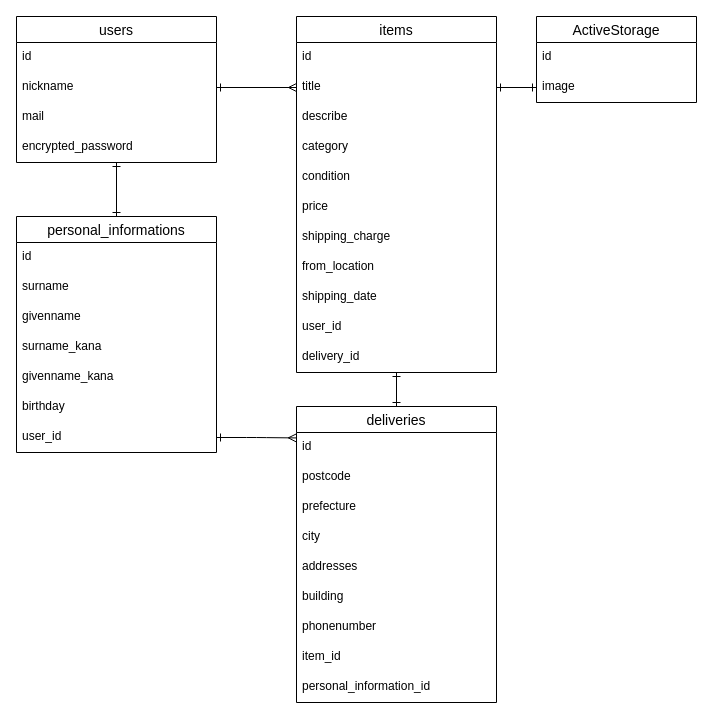
This is README.dio from sawara711/furima-39619, a draw.io file, before an edit. Source tidied: cells renumbered, new cells numbered last; positions are measured from the earlier drawing's top-left corner, leaving out a move shared by most shapes. Both pictures are drawn from the tidied source at 100%, with x=0, y=0 at pixel (16, 16).
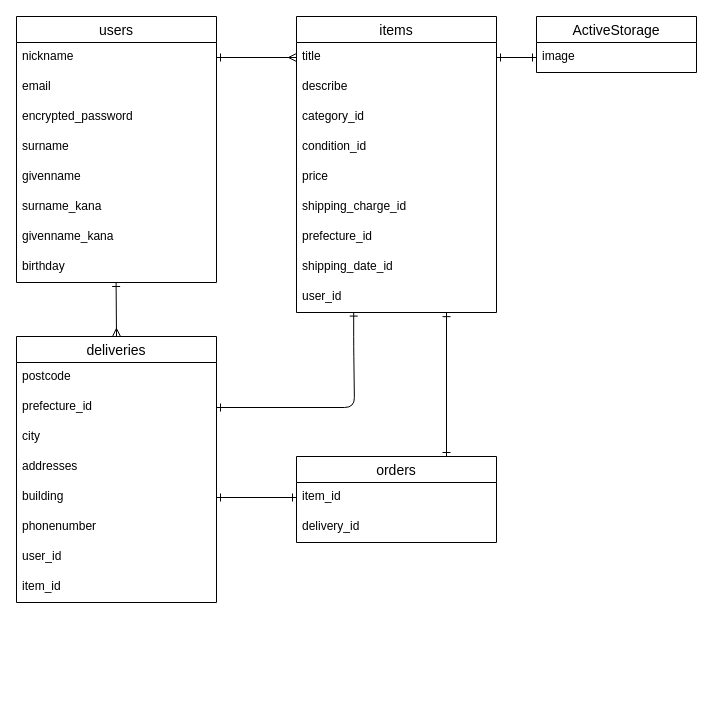
Above is the later version.

Commit message (it also covers changes not shown here):
テーブル情報及びER図修正①

The edit, as a diff of the source:
```diff
@@
     <mxCell id="2" value="items" style="swimlane;fontStyle=0;horizontal=1;startSize=26;align=center;fontSize=14;" parent="1" vertex="1">
-      <mxGeometry x="280" width="200" height="356" as="geometry" />
+      <mxGeometry x="280" width="200" height="296" as="geometry" />
     </mxCell>
-    <mxCell id="3" value="id" style="text;strokeColor=none;fillColor=none;spacingLeft=4;spacingRight=4;overflow=hidden;fontSize=12;" parent="2" vertex="1">
-      <mxGeometry y="26" width="200" height="30" as="geometry" />
-    </mxCell>
     <mxCell id="4" value="title" style="text;strokeColor=none;fillColor=none;spacingLeft=4;spacingRight=4;overflow=hidden;points=[[0,0.5],[1,0.5]];portConstraint=eastwest;fontSize=12;" parent="2" vertex="1">
-      <mxGeometry y="56" width="200" height="30" as="geometry" />
+      <mxGeometry y="26" width="200" height="30" as="geometry" />
     </mxCell>
     <mxCell id="5" value="describe" style="text;strokeColor=none;fillColor=none;spacingLeft=4;spacingRight=4;overflow=hidden;fontSize=12;" parent="2" vertex="1">
-      <mxGeometry y="86" width="200" height="30" as="geometry" />
+      <mxGeometry y="56" width="200" height="30" as="geometry" />
     </mxCell>
-    <mxCell id="6" value="category" style="text;strokeColor=none;fillColor=none;spacingLeft=4;spacingRight=4;overflow=hidden;fontSize=12;" parent="2" vertex="1">
-      <mxGeometry y="116" width="200" height="30" as="geometry" />
+    <mxCell id="6" value="category_id" style="text;strokeColor=none;fillColor=none;spacingLeft=4;spacingRight=4;overflow=hidden;fontSize=12;" parent="2" vertex="1">
+      <mxGeometry y="86" width="200" height="30" as="geometry" />
     </mxCell>
-    <mxCell id="7" value="condition" style="text;strokeColor=none;fillColor=none;spacingLeft=4;spacingRight=4;overflow=hidden;fontSize=12;" parent="2" vertex="1">
-      <mxGeometry y="146" width="200" height="30" as="geometry" />
+    <mxCell id="7" value="condition_id" style="text;strokeColor=none;fillColor=none;spacingLeft=4;spacingRight=4;overflow=hidden;fontSize=12;" parent="2" vertex="1">
+      <mxGeometry y="116" width="200" height="30" as="geometry" />
     </mxCell>
     <mxCell id="8" value="price" style="text;strokeColor=none;fillColor=none;spacingLeft=4;spacingRight=4;overflow=hidden;fontSize=12;" parent="2" vertex="1">
-      <mxGeometry y="176" width="200" height="30" as="geometry" />
+      <mxGeometry y="146" width="200" height="30" as="geometry" />
     </mxCell>
-    <mxCell id="9" value="shipping_charge" style="text;strokeColor=none;fillColor=none;spacingLeft=4;spacingRight=4;overflow=hidden;fontSize=12;" parent="2" vertex="1">
-      <mxGeometry y="206" width="200" height="30" as="geometry" />
+    <mxCell id="9" value="shipping_charge_id" style="text;strokeColor=none;fillColor=none;spacingLeft=4;spacingRight=4;overflow=hidden;fontSize=12;" parent="2" vertex="1">
+      <mxGeometry y="176" width="200" height="30" as="geometry" />
     </mxCell>
-    <mxCell id="10" value="from_location" style="text;strokeColor=none;fillColor=none;spacingLeft=4;spacingRight=4;overflow=hidden;fontSize=12;" parent="2" vertex="1">
-      <mxGeometry y="236" width="200" height="30" as="geometry" />
+    <mxCell id="10" value="prefecture_id" style="text;strokeColor=none;fillColor=none;spacingLeft=4;spacingRight=4;overflow=hidden;fontSize=12;" parent="2" vertex="1">
+      <mxGeometry y="206" width="200" height="30" as="geometry" />
     </mxCell>
-    <mxCell id="11" value="shipping_date" style="text;strokeColor=none;fillColor=none;spacingLeft=4;spacingRight=4;overflow=hidden;fontSize=12;" parent="2" vertex="1">
-      <mxGeometry y="266" width="200" height="30" as="geometry" />
+    <mxCell id="11" value="shipping_date_id" style="text;strokeColor=none;fillColor=none;spacingLeft=4;spacingRight=4;overflow=hidden;fontSize=12;" parent="2" vertex="1">
+      <mxGeometry y="236" width="200" height="30" as="geometry" />
     </mxCell>
     <mxCell id="12" value="user_id" style="text;strokeColor=none;fillColor=none;spacingLeft=4;spacingRight=4;overflow=hidden;points=[[0,0.5],[1,0.5]];portConstraint=eastwest;fontSize=12;" parent="2" vertex="1">
-      <mxGeometry y="296" width="200" height="30" as="geometry" />
+      <mxGeometry y="266" width="200" height="30" as="geometry" />
     </mxCell>
-    <mxCell id="13" value="delivery_id" style="text;strokeColor=none;fillColor=none;spacingLeft=4;spacingRight=4;overflow=hidden;points=[[0,0.5],[1,0.5]];portConstraint=eastwest;fontSize=12;" parent="2" vertex="1">
-      <mxGeometry y="326" width="200" height="30" as="geometry" />
-    </mxCell>
-    <mxCell id="14" value="personal_informations" style="swimlane;fontStyle=0;horizontal=1;startSize=26;align=center;fontSize=14;" parent="1" vertex="1">
-      <mxGeometry y="200" width="200" height="236" as="geometry" />
-    </mxCell>
-    <mxCell id="15" value="id" style="text;strokeColor=none;fillColor=none;spacingLeft=4;spacingRight=4;overflow=hidden;fontSize=12;" parent="14" vertex="1">
-      <mxGeometry y="26" width="200" height="30" as="geometry" />
-    </mxCell>
+    <mxCell id="22" style="edgeStyle=none;html=1;startArrow=ERone;startFill=0;endArrow=ERone;endFill=0;exitX=0.75;exitY=0;exitDx=0;exitDy=0;entryX=0.75;entryY=1.005;entryDx=0;entryDy=0;entryPerimeter=0;" parent="1" edge="1" source="46" target="12">
+      <mxGeometry relative="1" as="geometry" />
+    </mxCell>
+    <mxCell id="23" value="deliveries" style="swimlane;fontStyle=0;horizontal=1;startSize=26;align=center;fontSize=14;" parent="1" vertex="1">
+      <mxGeometry y="320" width="200" height="266" as="geometry" />
+    </mxCell>
+    <mxCell id="25" value="postcode" style="text;strokeColor=none;fillColor=none;spacingLeft=4;spacingRight=4;overflow=hidden;fontSize=12;" parent="23" vertex="1">
+      <mxGeometry y="26" width="200" height="30" as="geometry" />
+    </mxCell>
+    <mxCell id="45" value="prefecture_id" style="text;strokeColor=none;fillColor=none;spacingLeft=4;spacingRight=4;overflow=hidden;points=[[0,0.5],[1,0.5]];portConstraint=eastwest;fontSize=12;" parent="23" vertex="1">
+      <mxGeometry y="56" width="200" height="30" as="geometry" />
+    </mxCell>
+    <mxCell id="27" value="city" style="text;strokeColor=none;fillColor=none;spacingLeft=4;spacingRight=4;overflow=hidden;fontSize=12;" parent="23" vertex="1">
+      <mxGeometry y="86" width="200" height="30" as="geometry" />
+    </mxCell>
+    <mxCell id="28" value="addresses" style="text;strokeColor=none;fillColor=none;spacingLeft=4;spacingRight=4;overflow=hidden;fontSize=12;" parent="23" vertex="1">
+      <mxGeometry y="116" width="200" height="30" as="geometry" />
+    </mxCell>
+    <mxCell id="29" value="building" style="text;strokeColor=none;fillColor=none;spacingLeft=4;spacingRight=4;overflow=hidden;points=[[0,0.5],[1,0.5]];portConstraint=eastwest;fontSize=12;" parent="23" vertex="1">
+      <mxGeometry y="146" width="200" height="30" as="geometry" />
+    </mxCell>
+    <mxCell id="30" value="phonenumber" style="text;strokeColor=none;fillColor=none;spacingLeft=4;spacingRight=4;overflow=hidden;fontSize=12;" parent="23" vertex="1">
+      <mxGeometry y="176" width="200" height="30" as="geometry" />
+    </mxCell>
+    <mxCell id="32" value="user_id" style="text;strokeColor=none;fillColor=none;spacingLeft=4;spacingRight=4;overflow=hidden;fontSize=12;" parent="23" vertex="1">
+      <mxGeometry y="206" width="200" height="30" as="geometry" />
+    </mxCell>
+    <mxCell id="31" value="item_id" style="text;strokeColor=none;fillColor=none;spacingLeft=4;spacingRight=4;overflow=hidden;fontSize=12;" parent="23" vertex="1">
+      <mxGeometry y="236" width="200" height="30" as="geometry" />
+    </mxCell>
+    <mxCell id="34" value="users" style="swimlane;fontStyle=0;horizontal=1;startSize=26;align=center;fontSize=14;" parent="1" vertex="1">
+      <mxGeometry width="200" height="266" as="geometry" />
+    </mxCell>
+    <mxCell id="35" value="nickname" style="text;strokeColor=none;fillColor=none;spacingLeft=4;spacingRight=4;overflow=hidden;points=[[0,0.5],[1,0.5]];portConstraint=eastwest;fontSize=12;" parent="34" vertex="1">
+      <mxGeometry y="26" width="200" height="30" as="geometry" />
+    </mxCell>
+    <mxCell id="36" value="email" style="text;strokeColor=none;fillColor=none;spacingLeft=4;spacingRight=4;overflow=hidden;points=[[0,0.5],[1,0.5]];portConstraint=eastwest;fontSize=12;" parent="34" vertex="1">
+      <mxGeometry y="56" width="200" height="30" as="geometry" />
+    </mxCell>
+    <mxCell id="37" value="encrypted_password" style="text;strokeColor=none;fillColor=none;spacingLeft=4;spacingRight=4;overflow=hidden;fontSize=12;" parent="34" vertex="1">
+      <mxGeometry y="86" width="200" height="30" as="geometry" />
+    </mxCell>
-    <mxCell id="16" value="surname" style="text;strokeColor=none;fillColor=none;spacingLeft=4;spacingRight=4;overflow=hidden;fontSize=12;" parent="14" vertex="1">
-      <mxGeometry y="56" width="200" height="30" as="geometry" />
+    <mxCell id="16" value="surname" style="text;strokeColor=none;fillColor=none;spacingLeft=4;spacingRight=4;overflow=hidden;fontSize=12;" parent="34" vertex="1">
+      <mxGeometry y="116" width="200" height="30" as="geometry" />
     </mxCell>
-    <mxCell id="17" value="givenname" style="text;strokeColor=none;fillColor=none;spacingLeft=4;spacingRight=4;overflow=hidden;fontSize=12;" parent="14" vertex="1">
-      <mxGeometry y="86" width="200" height="30" as="geometry" />
+    <mxCell id="17" value="givenname" style="text;strokeColor=none;fillColor=none;spacingLeft=4;spacingRight=4;overflow=hidden;fontSize=12;" parent="34" vertex="1">
+      <mxGeometry y="146" width="200" height="30" as="geometry" />
     </mxCell>
-    <mxCell id="18" value="surname_kana" style="text;strokeColor=none;fillColor=none;spacingLeft=4;spacingRight=4;overflow=hidden;fontSize=12;" parent="14" vertex="1">
-      <mxGeometry y="116" width="200" height="30" as="geometry" />
+    <mxCell id="18" value="surname_kana" style="text;strokeColor=none;fillColor=none;spacingLeft=4;spacingRight=4;overflow=hidden;fontSize=12;" parent="34" vertex="1">
+      <mxGeometry y="176" width="200" height="30" as="geometry" />
     </mxCell>
-    <mxCell id="19" value="givenname_kana" style="text;strokeColor=none;fillColor=none;spacingLeft=4;spacingRight=4;overflow=hidden;fontSize=12;" parent="14" vertex="1">
-      <mxGeometry y="146" width="200" height="30" as="geometry" />
+    <mxCell id="19" value="givenname_kana" style="text;strokeColor=none;fillColor=none;spacingLeft=4;spacingRight=4;overflow=hidden;fontSize=12;" parent="34" vertex="1">
+      <mxGeometry y="206" width="200" height="30" as="geometry" />
     </mxCell>
-    <mxCell id="20" value="birthday" style="text;strokeColor=none;fillColor=none;spacingLeft=4;spacingRight=4;overflow=hidden;points=[[0,0.5],[1,0.5]];portConstraint=eastwest;fontSize=12;" parent="14" vertex="1">
-      <mxGeometry y="176" width="200" height="30" as="geometry" />
+    <mxCell id="20" value="birthday" style="text;strokeColor=none;fillColor=none;spacingLeft=4;spacingRight=4;overflow=hidden;points=[[0,0.5],[1,0.5]];portConstraint=eastwest;fontSize=12;" parent="34" vertex="1">
+      <mxGeometry y="236" width="200" height="30" as="geometry" />
     </mxCell>
-    <mxCell id="21" value="user_id" style="text;strokeColor=none;fillColor=none;spacingLeft=4;spacingRight=4;overflow=hidden;points=[[0,0.5],[1,0.5]];portConstraint=eastwest;fontSize=12;" parent="14" vertex="1">
-      <mxGeometry y="206" width="200" height="30" as="geometry" />
-    </mxCell>
-    <mxCell id="22" style="edgeStyle=none;html=1;startArrow=ERone;startFill=0;endArrow=ERone;endFill=0;" parent="1" edge="1" source="23" target="13">
-      <mxGeometry relative="1" as="geometry" />
-    </mxCell>
-    <mxCell id="23" value="deliveries" style="swimlane;fontStyle=0;horizontal=1;startSize=26;align=center;fontSize=14;" parent="1" vertex="1">
-      <mxGeometry x="280" y="390" width="200" height="296" as="geometry" />
-    </mxCell>
-    <mxCell id="24" value="id" style="text;strokeColor=none;fillColor=none;spacingLeft=4;spacingRight=4;overflow=hidden;points=[[0,0.5],[1,0.5]];portConstraint=eastwest;fontSize=12;" parent="23" vertex="1">
-      <mxGeometry y="26" width="200" height="30" as="geometry" />
-    </mxCell>
-    <mxCell id="25" value="postcode" style="text;strokeColor=none;fillColor=none;spacingLeft=4;spacingRight=4;overflow=hidden;fontSize=12;" parent="23" vertex="1">
-      <mxGeometry y="56" width="200" height="30" as="geometry" />
-    </mxCell>
-    <mxCell id="26" value="prefecture" style="text;strokeColor=none;fillColor=none;spacingLeft=4;spacingRight=4;overflow=hidden;fontSize=12;" parent="23" vertex="1">
-      <mxGeometry y="86" width="200" height="30" as="geometry" />
-    </mxCell>
-    <mxCell id="27" value="city" style="text;strokeColor=none;fillColor=none;spacingLeft=4;spacingRight=4;overflow=hidden;fontSize=12;" parent="23" vertex="1">
-      <mxGeometry y="116" width="200" height="30" as="geometry" />
-    </mxCell>
-    <mxCell id="28" value="addresses" style="text;strokeColor=none;fillColor=none;spacingLeft=4;spacingRight=4;overflow=hidden;fontSize=12;" parent="23" vertex="1">
-      <mxGeometry y="146" width="200" height="30" as="geometry" />
-    </mxCell>
-    <mxCell id="29" value="building" style="text;strokeColor=none;fillColor=none;spacingLeft=4;spacingRight=4;overflow=hidden;points=[[0,0.5],[1,0.5]];portConstraint=eastwest;fontSize=12;" parent="23" vertex="1">
-      <mxGeometry y="176" width="200" height="30" as="geometry" />
-    </mxCell>
-    <mxCell id="30" value="phonenumber" style="text;strokeColor=none;fillColor=none;spacingLeft=4;spacingRight=4;overflow=hidden;fontSize=12;" parent="23" vertex="1">
-      <mxGeometry y="206" width="200" height="30" as="geometry" />
-    </mxCell>
-    <mxCell id="31" value="item_id" style="text;strokeColor=none;fillColor=none;spacingLeft=4;spacingRight=4;overflow=hidden;fontSize=12;" parent="23" vertex="1">
-      <mxGeometry y="236" width="200" height="30" as="geometry" />
-    </mxCell>
-    <mxCell id="32" value="personal_information_id" style="text;strokeColor=none;fillColor=none;spacingLeft=4;spacingRight=4;overflow=hidden;fontSize=12;" parent="23" vertex="1">
-      <mxGeometry y="266" width="200" height="30" as="geometry" />
-    </mxCell>
-    <mxCell id="33" style="edgeStyle=none;html=1;entryX=0.5;entryY=0;entryDx=0;entryDy=0;startArrow=ERone;startFill=0;endArrow=ERone;endFill=0;" parent="1" edge="1" source="34" target="14">
-      <mxGeometry relative="1" as="geometry" />
-    </mxCell>
-    <mxCell id="34" value="users" style="swimlane;fontStyle=0;horizontal=1;startSize=26;align=center;fontSize=14;" parent="1" vertex="1">
-      <mxGeometry width="200" height="146" as="geometry" />
-    </mxCell>
-    <mxCell id="35" value="id" style="text;strokeColor=none;fillColor=none;spacingLeft=4;spacingRight=4;overflow=hidden;points=[[0,0.5],[1,0.5]];portConstraint=eastwest;fontSize=12;" parent="34" vertex="1">
-      <mxGeometry y="26" width="200" height="30" as="geometry" />
-    </mxCell>
-    <mxCell id="36" value="nickname" style="text;strokeColor=none;fillColor=none;spacingLeft=4;spacingRight=4;overflow=hidden;points=[[0,0.5],[1,0.5]];portConstraint=eastwest;fontSize=12;" parent="34" vertex="1">
-      <mxGeometry y="56" width="200" height="30" as="geometry" />
-    </mxCell>
-    <mxCell id="37" value="mail" style="text;strokeColor=none;fillColor=none;spacingLeft=4;spacingRight=4;overflow=hidden;fontSize=12;" parent="34" vertex="1">
-      <mxGeometry y="86" width="200" height="30" as="geometry" />
-    </mxCell>
-    <mxCell id="38" value="encrypted_password" style="text;strokeColor=none;fillColor=none;spacingLeft=4;spacingRight=4;overflow=hidden;fontSize=12;" parent="34" vertex="1">
-      <mxGeometry y="116" width="200" height="30" as="geometry" />
-    </mxCell>
     <mxCell id="39" value="ActiveStorage" style="swimlane;fontStyle=0;horizontal=1;startSize=26;align=center;fontSize=14;" parent="1" vertex="1">
-      <mxGeometry x="520" width="160" height="86" as="geometry" />
+      <mxGeometry x="520" width="160" height="56" as="geometry" />
     </mxCell>
-    <mxCell id="40" value="id" style="text;strokeColor=none;fillColor=none;spacingLeft=4;spacingRight=4;overflow=hidden;fontSize=12;" parent="39" vertex="1">
-      <mxGeometry y="26" width="160" height="30" as="geometry" />
-    </mxCell>
     <mxCell id="41" value="image" style="text;strokeColor=none;fillColor=none;spacingLeft=4;spacingRight=4;overflow=hidden;points=[[0,0.5],[1,0.5]];portConstraint=eastwest;fontSize=12;" parent="39" vertex="1">
-      <mxGeometry y="56" width="160" height="30" as="geometry" />
+      <mxGeometry y="26" width="160" height="30" as="geometry" />
     </mxCell>
-    <mxCell id="42" style="endArrow=ERmany;html=1;rounded=0;entryX=0;entryY=0.5;entryDx=0;entryDy=0;exitX=1;exitY=0.5;exitDx=0;exitDy=0;startArrow=ERone;startFill=0;endFill=0;" parent="1" edge="1" source="36" target="4">
+    <mxCell id="42" style="endArrow=ERmany;html=1;rounded=0;entryX=0;entryY=0.5;entryDx=0;entryDy=0;exitX=1;exitY=0.5;exitDx=0;exitDy=0;startArrow=ERone;startFill=0;endFill=0;" parent="1" edge="1" source="35" target="4">
       <mxGeometry relative="1" as="geometry" />
     </mxCell>
-    <mxCell id="43" style="edgeStyle=orthogonalEdgeStyle;html=1;exitX=1;exitY=0.5;exitDx=0;exitDy=0;entryX=-0.001;entryY=0.181;entryDx=0;entryDy=0;entryPerimeter=0;startArrow=ERone;startFill=0;endArrow=ERmany;endFill=0;" parent="1" edge="1" source="21" target="24">
-      <mxGeometry relative="1" as="geometry" />
+    <mxCell id="43" style="edgeStyle=orthogonalEdgeStyle;html=1;startArrow=ERone;startFill=0;endArrow=ERone;endFill=0;entryX=1;entryY=0.5;entryDx=0;entryDy=0;exitX=0.286;exitY=0.986;exitDx=0;exitDy=0;exitPerimeter=0;" parent="1" edge="1" source="12" target="45">
+      <mxGeometry relative="1" as="geometry">
+        <Array as="points">
+          <mxPoint x="337" y="330" />
+          <mxPoint x="338" y="330" />
+          <mxPoint x="338" y="391" />
+        </Array>
+      </mxGeometry>
     </mxCell>
@@
+    <mxCell id="46" value="orders" style="swimlane;fontStyle=0;horizontal=1;startSize=26;align=center;fontSize=14;" parent="1" vertex="1">
+      <mxGeometry x="280" y="440" width="200" height="86" as="geometry" />
+    </mxCell>
+    <mxCell id="47" value="item_id" style="text;strokeColor=none;fillColor=none;spacingLeft=4;spacingRight=4;overflow=hidden;points=[[0,0.5],[1,0.5]];portConstraint=eastwest;fontSize=12;" parent="46" vertex="1">
+      <mxGeometry y="26" width="200" height="30" as="geometry" />
+    </mxCell>
+    <mxCell id="13" value="delivery_id" style="text;strokeColor=none;fillColor=none;spacingLeft=4;spacingRight=4;overflow=hidden;points=[[0,0.5],[1,0.5]];portConstraint=eastwest;fontSize=12;" parent="46" vertex="1">
+      <mxGeometry y="56" width="200" height="30" as="geometry" />
+    </mxCell>
+    <mxCell id="48" style="endArrow=ERmany;html=1;rounded=0;entryX=0.5;entryY=0;entryDx=0;entryDy=0;startArrow=ERone;startFill=0;endFill=0;exitX=0.498;exitY=1;exitDx=0;exitDy=0;exitPerimeter=0;" parent="1" edge="1" source="20" target="23">
+      <mxGeometry relative="1" as="geometry" />
+    </mxCell>
+    <mxCell id="49" style="edgeStyle=none;html=1;startArrow=ERone;startFill=0;endArrow=ERone;endFill=0;exitX=1;exitY=0.5;exitDx=0;exitDy=0;entryX=0;entryY=0.5;entryDx=0;entryDy=0;" parent="1" edge="1" source="29" target="47">
+      <mxGeometry relative="1" as="geometry" />
+    </mxCell>
```
